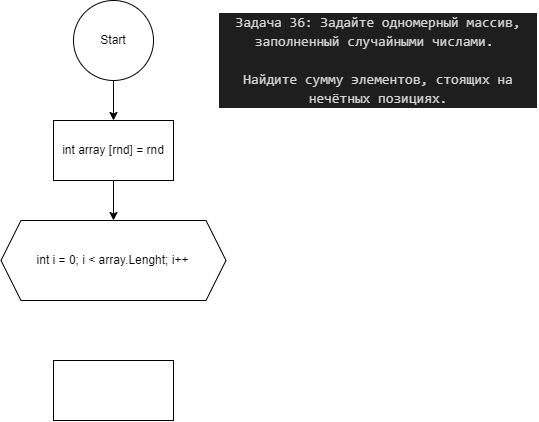
The draw.io diagram Homework/Homework_05/Ex036/diagramma.drawio.png in dvmax1984/Csharp25022023, before a commit. Source tidied: cells renumbered, new cells last; positions are measured from the earlier drawing's top-left corner, leaving out a move shared by most shapes. Its diagram source:
```xml
<mxGraphModel>
  <root>
    <mxCell id="0" />
    <mxCell id="1" parent="0" />
    <mxCell id="2" value="&lt;div style=&quot;color: rgb(212, 212, 212); background-color: rgb(30, 30, 30); font-family: Consolas, &amp;quot;Courier New&amp;quot;, monospace; font-size: 14px; line-height: 19px;&quot;&gt;Задача 36: Задайте одномерный массив, заполненный случайными числами.&amp;nbsp;&lt;/div&gt;&lt;div style=&quot;color: rgb(212, 212, 212); background-color: rgb(30, 30, 30); font-family: Consolas, &amp;quot;Courier New&amp;quot;, monospace; font-size: 14px; line-height: 19px;&quot;&gt;&lt;br&gt;&lt;/div&gt;&lt;div style=&quot;color: rgb(212, 212, 212); background-color: rgb(30, 30, 30); font-family: Consolas, &amp;quot;Courier New&amp;quot;, monospace; font-size: 14px; line-height: 19px;&quot;&gt;Найдите сумму элементов, стоящих на нечётных позициях.&lt;/div&gt;" style="text;strokeColor=none;align=center;fillColor=none;html=1;verticalAlign=middle;whiteSpace=wrap;rounded=0;" parent="1" vertex="1">
      <mxGeometry x="218" width="320" height="120" as="geometry" />
    </mxCell>
    <mxCell id="3" style="edgeStyle=none;html=1;" parent="1" edge="1" source="4" target="6">
      <mxGeometry relative="1" as="geometry" />
    </mxCell>
    <mxCell id="4" value="Start" style="ellipse;whiteSpace=wrap;html=1;" parent="1" vertex="1">
      <mxGeometry x="73" width="80" height="80" as="geometry" />
    </mxCell>
    <mxCell id="5" style="edgeStyle=none;html=1;" parent="1" edge="1" source="6" target="7">
      <mxGeometry relative="1" as="geometry" />
    </mxCell>
    <mxCell id="6" value="int array [rnd] = rnd" style="rounded=0;whiteSpace=wrap;html=1;" parent="1" vertex="1">
      <mxGeometry x="53" y="120" width="120" height="60" as="geometry" />
    </mxCell>
    <mxCell id="7" value="int i = 0; i &amp;lt; array.Lenght; i++" style="shape=hexagon;perimeter=hexagonPerimeter2;whiteSpace=wrap;html=1;fixedSize=1;" parent="1" vertex="1">
      <mxGeometry x="0.5" y="220" width="225" height="80" as="geometry" />
    </mxCell>
    <mxCell id="8" style="whiteSpace=wrap;html=1;" parent="1" vertex="1">
      <mxGeometry x="53" y="360" width="120" height="60" as="geometry" />
    </mxCell>
  </root>
</mxGraphModel>
```
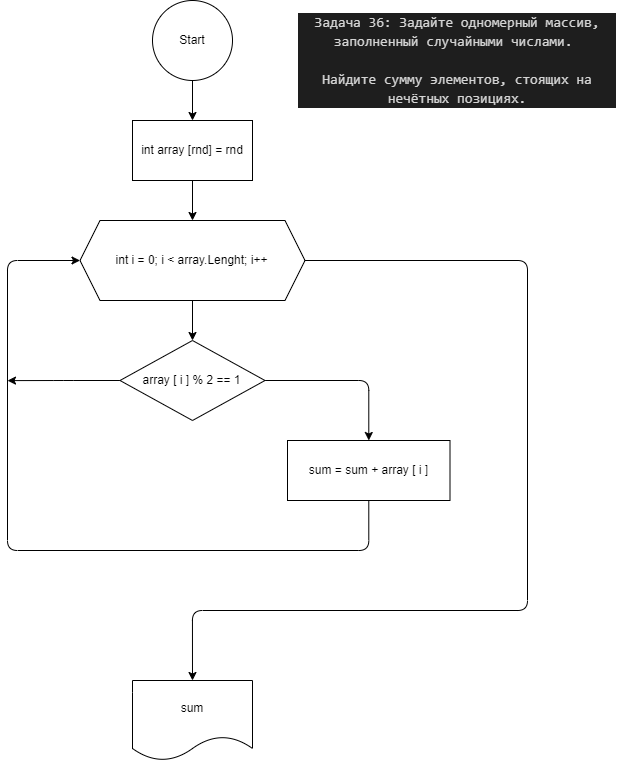
Above is the later version.

What changed in the source:
```diff
@@ -17,11 +17,46 @@
     <mxCell id="6" value="int array [rnd] = rnd" style="rounded=0;whiteSpace=wrap;html=1;" parent="1" vertex="1">
       <mxGeometry x="53" y="120" width="120" height="60" as="geometry" />
     </mxCell>
+    <mxCell id="9" style="edgeStyle=none;html=1;" parent="1" edge="1" source="7" target="13">
+      <mxGeometry relative="1" as="geometry" />
+    </mxCell>
+    <mxCell id="10" style="edgeStyle=orthogonalEdgeStyle;html=1;exitX=1;exitY=0.5;exitDx=0;exitDy=0;entryX=0.5;entryY=0;entryDx=0;entryDy=0;" parent="1" edge="1" source="7" target="16">
+      <mxGeometry relative="1" as="geometry">
+        <Array as="points">
+          <mxPoint x="448" y="260" />
+          <mxPoint x="448" y="610" />
+          <mxPoint x="113" y="610" />
+        </Array>
+      </mxGeometry>
+    </mxCell>
     <mxCell id="7" value="int i = 0; i &amp;lt; array.Lenght; i++" style="shape=hexagon;perimeter=hexagonPerimeter2;whiteSpace=wrap;html=1;fixedSize=1;" parent="1" vertex="1">
       <mxGeometry x="0.5" y="220" width="225" height="80" as="geometry" />
     </mxCell>
-    <mxCell id="8" style="whiteSpace=wrap;html=1;" parent="1" vertex="1">
-      <mxGeometry x="53" y="360" width="120" height="60" as="geometry" />
-    </mxCell>
+    <mxCell id="11" style="edgeStyle=orthogonalEdgeStyle;html=1;" parent="1" edge="1" source="13" target="15">
+      <mxGeometry relative="1" as="geometry" />
+    </mxCell>
+    <mxCell id="12" style="edgeStyle=orthogonalEdgeStyle;html=1;exitX=0;exitY=0.5;exitDx=0;exitDy=0;" parent="1" edge="1" source="13">
+      <mxGeometry relative="1" as="geometry">
+        <mxPoint x="-72" y="380.1" as="targetPoint" />
+      </mxGeometry>
+    </mxCell>
+    <mxCell id="13" value="array [ i ] % 2 == 1" style="rhombus;whiteSpace=wrap;html=1;" parent="1" vertex="1">
+      <mxGeometry x="40.5" y="340" width="145" height="80" as="geometry" />
+    </mxCell>
+    <mxCell id="14" style="edgeStyle=orthogonalEdgeStyle;html=1;entryX=0;entryY=0.5;entryDx=0;entryDy=0;" parent="1" edge="1" source="15" target="7">
+      <mxGeometry relative="1" as="geometry">
+        <Array as="points">
+          <mxPoint x="289" y="550" />
+          <mxPoint x="-72" y="550" />
+          <mxPoint x="-72" y="260" />
+        </Array>
+      </mxGeometry>
+    </mxCell>
+    <mxCell id="15" value="sum = sum + array [ i ]" style="whiteSpace=wrap;html=1;" parent="1" vertex="1">
+      <mxGeometry x="208" y="440" width="162.5" height="60" as="geometry" />
+    </mxCell>
+    <mxCell id="16" value="sum" style="shape=document;whiteSpace=wrap;html=1;boundedLbl=1;" parent="1" vertex="1">
+      <mxGeometry x="53" y="680" width="120" height="80" as="geometry" />
+    </mxCell>
   </root>
 </mxGraphModel>
```
